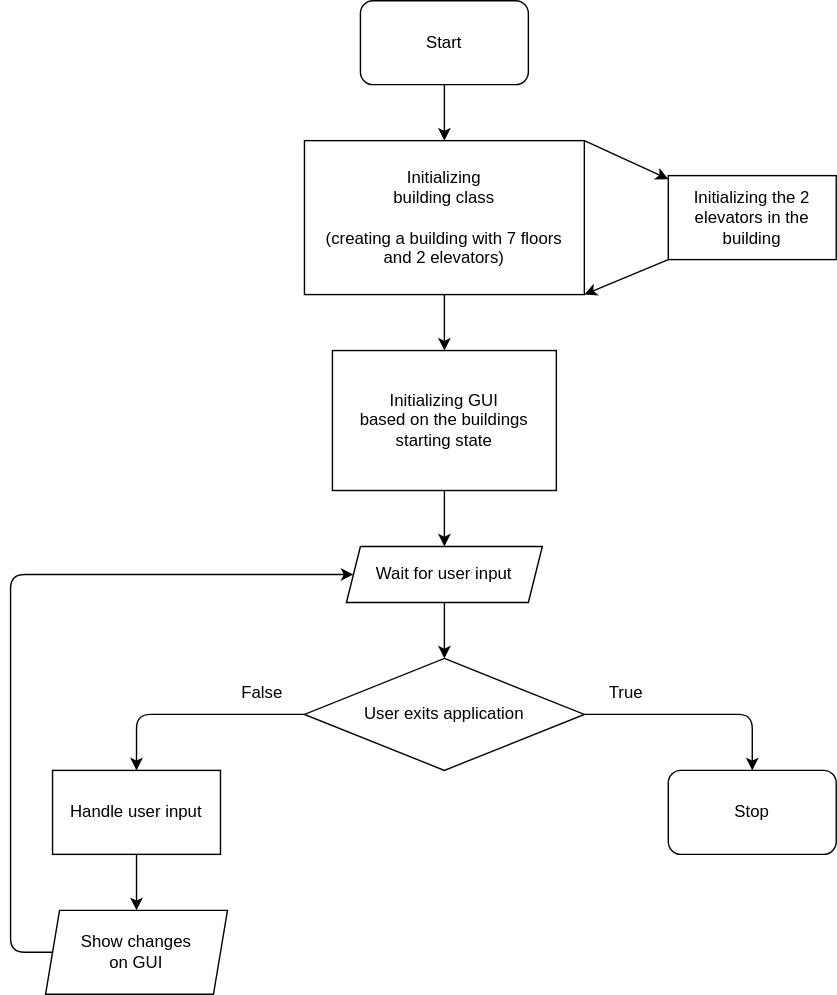
Balazs14-hun/elevator_controller keeps this draw.io diagram as diagram.svg. Above is the earlier version. Source tidied: cells renumbered, new cells last; positions are measured from the earlier drawing's top-left corner, leaving out a move shared by most shapes.
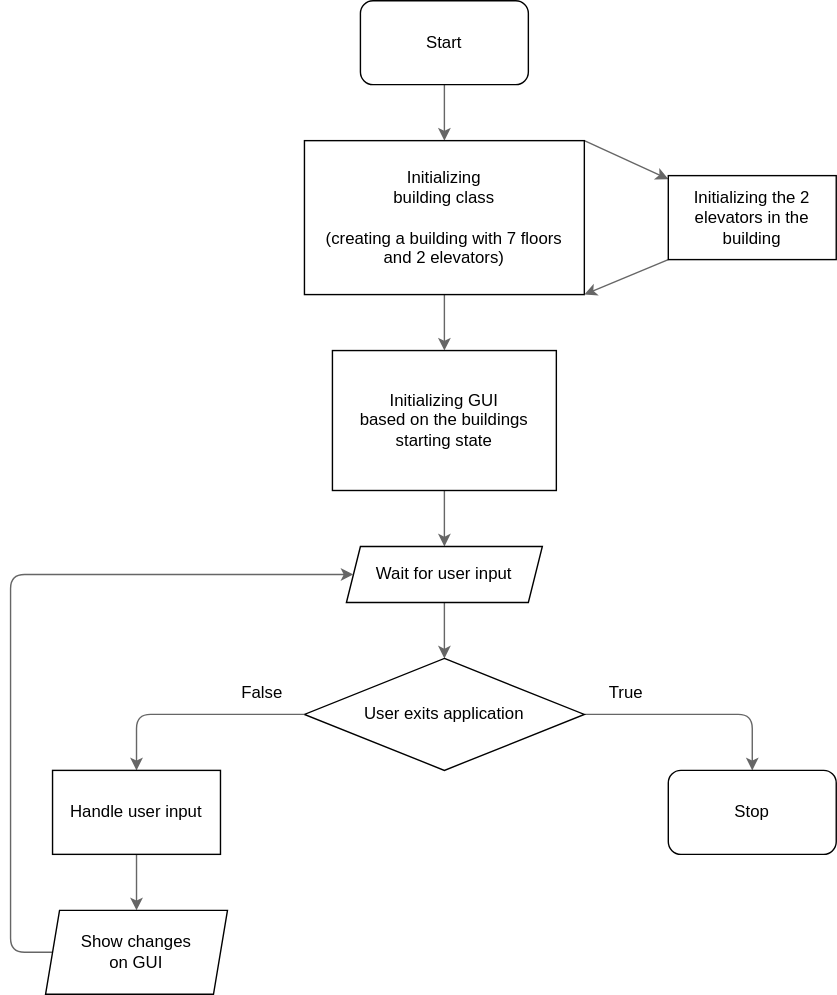
The same diagram one commit later.

Commit message:
diagram correction

Diff of the diagram source:
```diff
@@ -2,40 +2,40 @@
   <root>
     <mxCell id="0" />
     <mxCell id="1" parent="0" />
-    <mxCell id="2" style="edgeStyle=none;html=1;" parent="1" edge="1" source="3" target="6">
+    <mxCell id="2" style="edgeStyle=none;html=1;fillColor=#f5f5f5;strokeColor=#666666;" parent="1" edge="1" source="3" target="6">
       <mxGeometry relative="1" as="geometry" />
     </mxCell>
     <mxCell id="3" value="Start" style="rounded=1;whiteSpace=wrap;html=1;" parent="1" vertex="1">
       <mxGeometry x="250" width="120" height="60" as="geometry" />
     </mxCell>
-    <mxCell id="4" style="edgeStyle=none;html=1;" parent="1" edge="1" source="6" target="8">
+    <mxCell id="4" style="edgeStyle=none;html=1;fillColor=#f5f5f5;strokeColor=#666666;" parent="1" edge="1" source="6" target="8">
       <mxGeometry relative="1" as="geometry" />
     </mxCell>
-    <mxCell id="5" style="edgeStyle=none;html=1;exitX=1;exitY=0;exitDx=0;exitDy=0;" parent="1" edge="1" source="6" target="10">
+    <mxCell id="5" style="edgeStyle=none;html=1;exitX=1;exitY=0;exitDx=0;exitDy=0;fillColor=#f5f5f5;strokeColor=#666666;" parent="1" edge="1" source="6" target="10">
       <mxGeometry relative="1" as="geometry" />
     </mxCell>
     <mxCell id="6" value="Initializing&lt;br&gt;building class&lt;br&gt;&lt;br&gt;(creating a building with 7 floors&lt;br&gt;and 2 elevators)" style="rounded=0;whiteSpace=wrap;html=1;" parent="1" vertex="1">
       <mxGeometry x="210" y="100" width="200" height="110" as="geometry" />
     </mxCell>
-    <mxCell id="7" style="edgeStyle=none;html=1;" parent="1" edge="1" source="8" target="12">
+    <mxCell id="7" style="edgeStyle=none;html=1;fillColor=#f5f5f5;strokeColor=#666666;" parent="1" edge="1" source="8" target="12">
       <mxGeometry relative="1" as="geometry" />
     </mxCell>
     <mxCell id="8" value="Initializing GUI&lt;br&gt;based on the buildings starting state" style="rounded=0;whiteSpace=wrap;html=1;" parent="1" vertex="1">
       <mxGeometry x="230" y="250" width="160" height="100" as="geometry" />
     </mxCell>
-    <mxCell id="9" style="edgeStyle=none;html=1;exitX=0;exitY=1;exitDx=0;exitDy=0;entryX=1;entryY=1;entryDx=0;entryDy=0;" parent="1" edge="1" source="10" target="6">
+    <mxCell id="9" style="edgeStyle=none;html=1;exitX=0;exitY=1;exitDx=0;exitDy=0;entryX=1;entryY=1;entryDx=0;entryDy=0;fillColor=#f5f5f5;strokeColor=#666666;" parent="1" edge="1" source="10" target="6">
       <mxGeometry relative="1" as="geometry" />
     </mxCell>
     <mxCell id="10" value="Initializing the 2 elevators in the building" style="rounded=0;whiteSpace=wrap;html=1;" parent="1" vertex="1">
       <mxGeometry x="470" y="125" width="120" height="60" as="geometry" />
     </mxCell>
-    <mxCell id="11" style="edgeStyle=none;html=1;exitX=0.5;exitY=1;exitDx=0;exitDy=0;entryX=0.5;entryY=0;entryDx=0;entryDy=0;" parent="1" edge="1" source="12" target="14">
+    <mxCell id="11" style="edgeStyle=none;html=1;exitX=0.5;exitY=1;exitDx=0;exitDy=0;entryX=0.5;entryY=0;entryDx=0;entryDy=0;fillColor=#f5f5f5;strokeColor=#666666;" parent="1" edge="1" source="12" target="14">
       <mxGeometry relative="1" as="geometry" />
     </mxCell>
     <mxCell id="12" value="Wait for user input" style="shape=parallelogram;perimeter=parallelogramPerimeter;whiteSpace=wrap;html=1;fixedSize=1;size=10;" parent="1" vertex="1">
       <mxGeometry x="240" y="390" width="140" height="40" as="geometry" />
     </mxCell>
-    <mxCell id="13" style="edgeStyle=none;html=1;exitX=1;exitY=0.5;exitDx=0;exitDy=0;entryX=0.5;entryY=0;entryDx=0;entryDy=0;" parent="1" edge="1" source="14" target="21">
+    <mxCell id="13" style="edgeStyle=none;html=1;exitX=1;exitY=0.5;exitDx=0;exitDy=0;entryX=0.5;entryY=0;entryDx=0;entryDy=0;fillColor=#f5f5f5;strokeColor=#666666;" parent="1" edge="1" source="14" target="21">
       <mxGeometry relative="1" as="geometry">
         <Array as="points">
           <mxPoint x="530" y="510" />
@@ -48,14 +48,14 @@
     <mxCell id="15" value="True" style="text;html=1;strokeColor=none;fillColor=none;align=center;verticalAlign=middle;whiteSpace=wrap;rounded=0;" parent="1" vertex="1">
       <mxGeometry x="410" y="480" width="60" height="30" as="geometry" />
     </mxCell>
-    <mxCell id="16" style="edgeStyle=none;html=1;exitX=0;exitY=0.5;exitDx=0;exitDy=0;entryX=0.5;entryY=0;entryDx=0;entryDy=0;" parent="1" edge="1" source="14" target="19">
+    <mxCell id="16" style="edgeStyle=none;html=1;exitX=0;exitY=0.5;exitDx=0;exitDy=0;entryX=0.5;entryY=0;entryDx=0;entryDy=0;fillColor=#f5f5f5;strokeColor=#666666;" parent="1" edge="1" source="14" target="19">
       <mxGeometry relative="1" as="geometry">
         <Array as="points">
           <mxPoint x="90" y="510" />
         </Array>
       </mxGeometry>
     </mxCell>
-    <mxCell id="17" style="edgeStyle=none;html=1;entryX=0;entryY=0.5;entryDx=0;entryDy=0;exitX=0;exitY=0.5;exitDx=0;exitDy=0;" parent="1" edge="1" source="22" target="12">
+    <mxCell id="17" style="edgeStyle=none;html=1;entryX=0;entryY=0.5;entryDx=0;entryDy=0;exitX=0;exitY=0.5;exitDx=0;exitDy=0;fillColor=#f5f5f5;strokeColor=#666666;" parent="1" edge="1" source="22" target="12">
       <mxGeometry relative="1" as="geometry">
         <Array as="points">
           <mxPoint y="680" />
@@ -64,7 +64,7 @@
         </Array>
       </mxGeometry>
     </mxCell>
-    <mxCell id="18" style="edgeStyle=none;html=1;exitX=0.5;exitY=1;exitDx=0;exitDy=0;entryX=0.5;entryY=0;entryDx=0;entryDy=0;" parent="1" edge="1" source="19" target="22">
+    <mxCell id="18" style="edgeStyle=none;html=1;exitX=0.5;exitY=1;exitDx=0;exitDy=0;entryX=0.5;entryY=0;entryDx=0;entryDy=0;fillColor=#f5f5f5;strokeColor=#666666;" parent="1" edge="1" source="19" target="22">
       <mxGeometry relative="1" as="geometry" />
     </mxCell>
     <mxCell id="19" value="Handle user input" style="whiteSpace=wrap;html=1;flipH=0;" parent="1" vertex="1">
```
